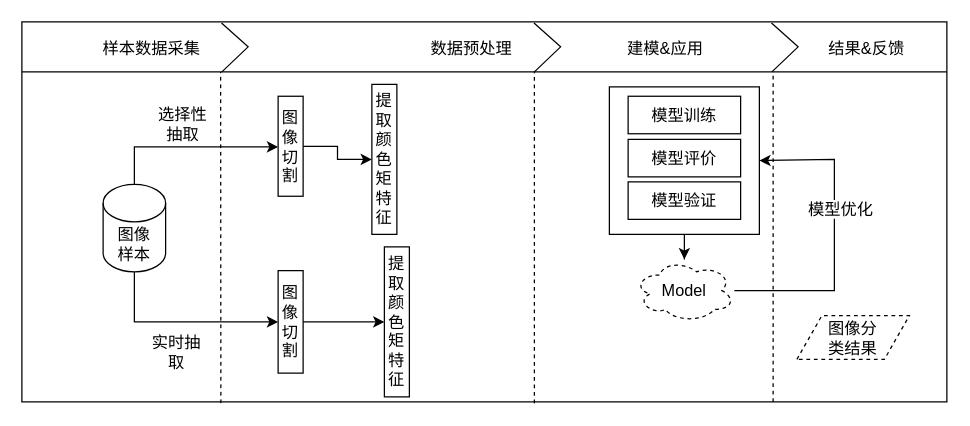
Above: 一种基于支持向量机模型的图像分类预测方法.drawio in Eurkon/Diagrams (draw.io), before the change. Source tidied: cells renumbered, new cells numbered last; positions are measured from the earlier drawing's top-left corner, leaving out a move shared by most shapes. Both pictures are drawn from the tidied source at 125%, with x=0, y=0 at pixel (21, 21).
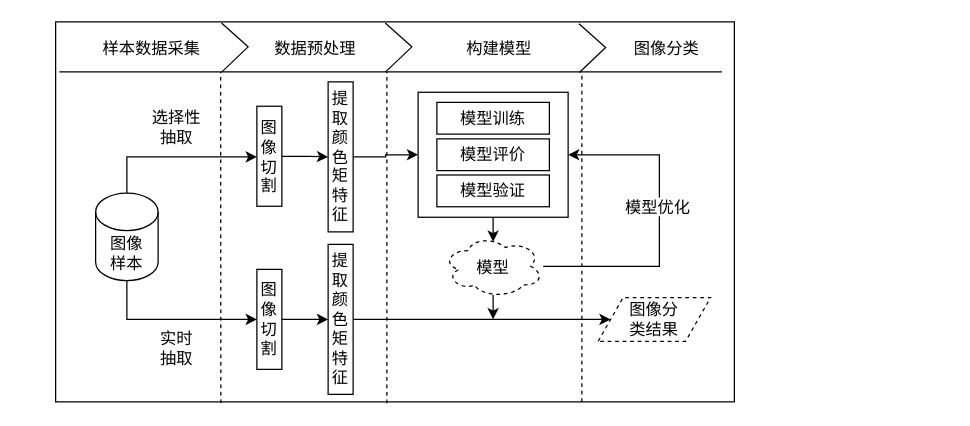
The same diagram, later.

Commit message (it also covers changes not shown here):
更新一种基于支持向量机模型的图像分类预测方法.drawio

What changed in the source:
```diff
@@
     <mxCell id="2" style="rounded=0;whiteSpace=wrap;html=1;fontSize=14;" parent="1" vertex="1">
-      <mxGeometry width="740" height="304" as="geometry" />
+      <mxGeometry x="27" width="543" height="304" as="geometry" />
     </mxCell>
-    <mxCell id="3" style="edgeStyle=orthogonalEdgeStyle;rounded=0;jettySize=auto;html=1;" parent="1" edge="1" source="4" target="30">
-      <mxGeometry relative="1" as="geometry" />
-    </mxCell>
-    <mxCell id="4" style="rounded=0;whiteSpace=wrap;html=1;" parent="1" vertex="1">
-      <mxGeometry x="470" y="52" width="120" height="118" as="geometry" />
-    </mxCell>
-    <mxCell id="5" style="edgeStyle=orthogonalEdgeStyle;rounded=0;jettySize=auto;html=1;fontSize=13;" parent="1" edge="1" source="7" target="9">
+    <mxCell id="5" style="edgeStyle=orthogonalEdgeStyle;rounded=0;jettySize=auto;html=1;" parent="1" edge="1" source="7" target="9">
       <mxGeometry relative="1" as="geometry">
         <Array as="points">
-          <mxPoint x="90" y="100" />
+          <mxPoint x="84" y="108" />
         </Array>
       </mxGeometry>
     </mxCell>
-    <mxCell id="6" style="edgeStyle=orthogonalEdgeStyle;rounded=0;jettySize=auto;html=1;entryX=0;entryY=0.5;entryDx=0;entryDy=0;fontSize=13;" parent="1" edge="1" source="7" target="11">
+    <mxCell id="6" style="edgeStyle=orthogonalEdgeStyle;rounded=0;jettySize=auto;html=1;" parent="1" edge="1" source="7" target="11">
       <mxGeometry relative="1" as="geometry">
         <Array as="points">
-          <mxPoint x="90" y="240" />
+          <mxPoint x="84" y="238" />
         </Array>
       </mxGeometry>
     </mxCell>
     <mxCell id="7" value="图像&lt;br&gt;样本" style="shape=cylinder3;whiteSpace=wrap;html=1;boundedLbl=1;backgroundOutline=1;size=15;fontSize=13;" parent="1" vertex="1">
-      <mxGeometry x="65" y="130" width="50" height="70" as="geometry" />
+      <mxGeometry x="59" y="137" width="50" height="70" as="geometry" />
     </mxCell>
-    <mxCell id="8" style="edgeStyle=orthogonalEdgeStyle;rounded=0;jettySize=auto;html=1;" parent="1" edge="1" source="9" target="32">
-      <mxGeometry relative="1" as="geometry" />
-    </mxCell>
-    <mxCell id="9" value="图像切割" style="rounded=0;whiteSpace=wrap;html=1;horizontal=1;fontSize=13;" parent="1" vertex="1">
-      <mxGeometry x="205" y="59.5" width="20" height="80" as="geometry" />
-    </mxCell>
-    <mxCell id="10" style="edgeStyle=orthogonalEdgeStyle;rounded=0;jettySize=auto;html=1;" parent="1" edge="1" source="11" target="33">
-      <mxGeometry relative="1" as="geometry" />
-    </mxCell>
-    <mxCell id="11" value="图像切割" style="rounded=0;whiteSpace=wrap;html=1;fontSize=13;" parent="1" vertex="1">
-      <mxGeometry x="205" y="199" width="20" height="82" as="geometry" />
-    </mxCell>
-    <mxCell id="12" value="模型训练" style="rounded=0;whiteSpace=wrap;html=1;fontSize=13;" parent="1" vertex="1">
-      <mxGeometry x="485" y="59.5" width="90" height="30" as="geometry" />
-    </mxCell>
-    <mxCell id="13" value="模型评价" style="rounded=0;whiteSpace=wrap;html=1;fontSize=13;" parent="1" vertex="1">
-      <mxGeometry x="485" y="94" width="90" height="30" as="geometry" />
-    </mxCell>
-    <mxCell id="14" value="模型验证" style="rounded=0;whiteSpace=wrap;html=1;fontSize=13;" parent="1" vertex="1">
-      <mxGeometry x="485" y="128" width="90" height="30" as="geometry" />
-    </mxCell>
     <mxCell id="15" value="图像分&lt;br&gt;类结果" style="shape=parallelogram;perimeter=parallelogramPerimeter;whiteSpace=wrap;html=1;fixedSize=1;dashed=1;fontSize=13;" parent="1" vertex="1">
-      <mxGeometry x="620" y="235" width="90" height="35" as="geometry" />
+      <mxGeometry x="461" y="220.5" width="90" height="35" as="geometry" />
     </mxCell>
-    <mxCell id="16" value="实时抽取" style="text;html=1;strokeColor=none;fillColor=none;align=center;verticalAlign=middle;whiteSpace=wrap;rounded=0;dashed=1;fontSize=13;" parent="1" vertex="1">
-      <mxGeometry x="99" y="254" width="50" height="20" as="geometry" />
+    <mxCell id="16" value="实时&lt;br&gt;抽取" style="text;html=1;strokeColor=none;fillColor=none;align=center;verticalAlign=middle;whiteSpace=wrap;rounded=0;dashed=1;fontSize=13;" parent="1" vertex="1">
+      <mxGeometry x="99" y="251" width="50" height="20" as="geometry" />
     </mxCell>
     <mxCell id="17" value="选择性抽取" style="text;html=1;strokeColor=none;fillColor=none;align=center;verticalAlign=middle;whiteSpace=wrap;rounded=0;dashed=1;fontSize=13;" parent="1" vertex="1">
-      <mxGeometry x="104" y="72" width="50" height="20" as="geometry" />
+      <mxGeometry x="99" y="74" width="50" height="20" as="geometry" />
     </mxCell>
@@
     <mxCell id="19" style="endArrow=none;dashed=1;html=1;fontSize=13;exitX=0.145;exitY=1.003;exitDx=0;exitDy=0;exitPerimeter=0;" parent="1" edge="1">
       <mxGeometry relative="1" as="geometry">
-        <mxPoint x="410" y="305" as="sourcePoint" />
-        <mxPoint x="410" y="40" as="targetPoint" />
+        <mxPoint x="292" y="305" as="sourcePoint" />
+        <mxPoint x="292" y="40" as="targetPoint" />
         <Array as="points">
-          <mxPoint x="410" y="170" />
+          <mxPoint x="292" y="170" />
         </Array>
       </mxGeometry>
     </mxCell>
     <mxCell id="20" style="endArrow=none;dashed=1;html=1;fontSize=13;exitX=0.145;exitY=1.003;exitDx=0;exitDy=0;exitPerimeter=0;" parent="1" edge="1">
       <mxGeometry relative="1" as="geometry">
-        <mxPoint x="601" y="304" as="sourcePoint" />
-        <mxPoint x="601" y="40" as="targetPoint" />
+        <mxPoint x="448" y="304" as="sourcePoint" />
+        <mxPoint x="448" y="40" as="targetPoint" />
       </mxGeometry>
     </mxCell>
     <mxCell id="21" style="endArrow=none;html=1;fontSize=13;" parent="1" edge="1">
       <mxGeometry relative="1" as="geometry">
-        <mxPoint y="40" as="sourcePoint" />
-        <mxPoint x="740" y="40" as="targetPoint" />
+        <mxPoint x="30" y="40" as="sourcePoint" />
+        <mxPoint x="560" y="40" as="targetPoint" />
       </mxGeometry>
     </mxCell>
     <mxCell id="22" style="endArrow=none;html=1;fontSize=13;entryX=0.809;entryY=0.003;entryDx=0;entryDy=0;entryPerimeter=0;rounded=0;" parent="1" edge="1">
       <mxGeometry relative="1" as="geometry">
-        <mxPoint x="600" y="40" as="sourcePoint" />
-        <mxPoint x="599.7" y="0.9" as="targetPoint" />
+        <mxPoint x="446" y="40.5" as="sourcePoint" />
+        <mxPoint x="445.7" y="1.5" as="targetPoint" />
         <Array as="points">
-          <mxPoint x="621" y="20" />
+          <mxPoint x="467" y="20.5" />
         </Array>
       </mxGeometry>
     </mxCell>
     <mxCell id="23" style="endArrow=none;html=1;fontSize=13;entryX=0.809;entryY=0.003;entryDx=0;entryDy=0;entryPerimeter=0;rounded=0;" parent="1" edge="1">
       <mxGeometry relative="1" as="geometry">
-        <mxPoint x="410" y="40" as="sourcePoint" />
-        <mxPoint x="409.7" y="0.9" as="targetPoint" />
+        <mxPoint x="291" y="40" as="sourcePoint" />
+        <mxPoint x="290.7" y="0.9" as="targetPoint" />
         <Array as="points">
-          <mxPoint x="431" y="20" />
+          <mxPoint x="312" y="20" />
         </Array>
       </mxGeometry>
     </mxCell>
@@
-    <mxCell id="25" value="结果&amp;amp;反馈" style="text;html=1;strokeColor=none;fillColor=none;align=center;verticalAlign=middle;whiteSpace=wrap;rounded=0;labelBackgroundColor=#ffffff;fontSize=13;" parent="1" vertex="1">
-      <mxGeometry x="641" y="11" width="70" height="20" as="geometry" />
+    <mxCell id="25" value="图像分类" style="text;html=1;strokeColor=none;fillColor=none;align=center;verticalAlign=middle;whiteSpace=wrap;rounded=0;labelBackgroundColor=#ffffff;fontSize=13;" parent="1" vertex="1">
+      <mxGeometry x="481" y="11" width="70" height="20" as="geometry" />
     </mxCell>
-    <mxCell id="26" value="建模&amp;amp;应用" style="text;html=1;strokeColor=none;fillColor=none;align=center;verticalAlign=middle;whiteSpace=wrap;rounded=0;labelBackgroundColor=#ffffff;fontSize=13;" parent="1" vertex="1">
-      <mxGeometry x="470" y="11" width="90" height="20" as="geometry" />
+    <mxCell id="26" value="构建模型" style="text;html=1;strokeColor=none;fillColor=none;align=center;verticalAlign=middle;whiteSpace=wrap;rounded=0;labelBackgroundColor=#ffffff;fontSize=13;" parent="1" vertex="1">
+      <mxGeometry x="337" y="11" width="90" height="20" as="geometry" />
     </mxCell>
     <mxCell id="27" value="数据预处理" style="text;html=1;strokeColor=none;fillColor=none;align=center;verticalAlign=middle;whiteSpace=wrap;rounded=0;labelBackgroundColor=#ffffff;fontSize=13;" parent="1" vertex="1">
-      <mxGeometry x="315" y="11" width="90" height="20" as="geometry" />
+      <mxGeometry x="190" y="11" width="90" height="20" as="geometry" />
     </mxCell>
@@
     <mxCell id="29" style="edgeStyle=orthogonalEdgeStyle;rounded=0;jettySize=auto;html=1;entryX=1;entryY=0.5;entryDx=0;entryDy=0;" parent="1" edge="1" source="30" target="4">
       <mxGeometry relative="1" as="geometry">
         <Array as="points">
-          <mxPoint x="650" y="215" />
-          <mxPoint x="650" y="110" />
+          <mxPoint x="510" y="196" />
+          <mxPoint x="510" y="106" />
         </Array>
       </mxGeometry>
     </mxCell>
+    <mxCell id="34" style="edgeStyle=orthogonalEdgeStyle;rounded=0;orthogonalLoop=1;jettySize=auto;html=1;" parent="1" edge="1">
+      <mxGeometry relative="1" as="geometry">
+        <mxPoint x="377" y="218.5" as="sourcePoint" />
+        <mxPoint x="377" y="238" as="targetPoint" />
+      </mxGeometry>
+    </mxCell>
-    <mxCell id="30" value="Model" style="ellipse;shape=cloud;whiteSpace=wrap;html=1;dashed=1;fontSize=13;" parent="1" vertex="1">
-      <mxGeometry x="490" y="190" width="80" height="50" as="geometry" />
+    <mxCell id="30" value="模型" style="ellipse;shape=cloud;whiteSpace=wrap;html=1;dashed=1;fontSize=13;" parent="1" vertex="1">
+      <mxGeometry x="337" y="170.5" width="80" height="50" as="geometry" />
     </mxCell>
     <mxCell id="31" value="模型优化" style="text;html=1;strokeColor=none;fillColor=none;align=center;verticalAlign=middle;whiteSpace=wrap;rounded=0;fontSize=13;labelBackgroundColor=#ffffff;" parent="1" vertex="1">
-      <mxGeometry x="601" y="140" width="109" height="20" as="geometry" />
+      <mxGeometry x="467" y="138" width="84" height="20" as="geometry" />
     </mxCell>
+    <mxCell id="35" style="edgeStyle=orthogonalEdgeStyle;rounded=0;jettySize=auto;html=1;entryX=0;entryY=0.5;entryDx=0;entryDy=0;" parent="1" edge="1" source="32" target="4">
+      <mxGeometry relative="1" as="geometry" />
+    </mxCell>
     <mxCell id="32" value="提取颜色矩特征" style="rounded=0;whiteSpace=wrap;html=1;horizontal=1;fontSize=13;" parent="1" vertex="1">
-      <mxGeometry x="280" y="50" width="20" height="120" as="geometry" />
+      <mxGeometry x="245" y="48" width="20" height="120" as="geometry" />
     </mxCell>
+    <mxCell id="36" style="edgeStyle=orthogonalEdgeStyle;rounded=0;jettySize=auto;html=1;entryX=0;entryY=0.5;entryDx=0;entryDy=0;" parent="1" edge="1" source="33" target="15">
+      <mxGeometry relative="1" as="geometry" />
+    </mxCell>
     <mxCell id="33" value="提取颜色矩特征" style="rounded=0;whiteSpace=wrap;html=1;horizontal=1;fontSize=13;" parent="1" vertex="1">
-      <mxGeometry x="290" y="180" width="20" height="120" as="geometry" />
+      <mxGeometry x="245" y="178" width="20" height="120" as="geometry" />
     </mxCell>
+    <mxCell id="37" style="group;" parent="1" vertex="1">
+      <mxGeometry x="317" y="58" width="120" height="100" as="geometry" />
+    </mxCell>
+    <mxCell id="4" style="rounded=0;whiteSpace=wrap;html=1;" parent="37" vertex="1">
+      <mxGeometry y="-1.7" width="120" height="100" as="geometry" />
+    </mxCell>
+    <mxCell id="38" style="group;" parent="37" vertex="1">
+      <mxGeometry x="15" y="6.4" width="90" height="83.5" as="geometry" />
+    </mxCell>
+    <mxCell id="12" value="模型训练" style="rounded=0;whiteSpace=wrap;html=1;fontSize=13;" parent="38" vertex="1">
+      <mxGeometry width="90" height="25.4" as="geometry" />
+    </mxCell>
+    <mxCell id="13" value="模型评价" style="rounded=0;whiteSpace=wrap;html=1;fontSize=13;" parent="38" vertex="1">
+      <mxGeometry y="29.2" width="90" height="25.4" as="geometry" />
+    </mxCell>
+    <mxCell id="14" value="模型验证" style="rounded=0;whiteSpace=wrap;html=1;fontSize=13;" parent="38" vertex="1">
+      <mxGeometry y="58.1" width="90" height="25.4" as="geometry" />
+    </mxCell>
+    <mxCell id="8" style="edgeStyle=orthogonalEdgeStyle;rounded=0;jettySize=auto;html=1;" parent="1" edge="1" source="9" target="32">
+      <mxGeometry relative="1" as="geometry" />
+    </mxCell>
+    <mxCell id="9" value="图像切割" style="rounded=0;whiteSpace=wrap;html=1;horizontal=1;fontSize=13;" parent="1" vertex="1">
+      <mxGeometry x="188" y="67.5" width="20" height="80" as="geometry" />
+    </mxCell>
+    <mxCell id="10" style="edgeStyle=orthogonalEdgeStyle;rounded=0;jettySize=auto;html=1;" parent="1" edge="1" source="11" target="33">
+      <mxGeometry relative="1" as="geometry" />
+    </mxCell>
+    <mxCell id="11" value="图像切割" style="rounded=0;whiteSpace=wrap;html=1;fontSize=13;" parent="1" vertex="1">
+      <mxGeometry x="188" y="198" width="20" height="80" as="geometry" />
+    </mxCell>
+    <mxCell id="39" style="edgeStyle=orthogonalEdgeStyle;rounded=0;jettySize=auto;html=1;" parent="1" edge="1" source="4">
+      <mxGeometry relative="1" as="geometry">
+        <mxPoint x="377" y="176" as="targetPoint" />
+        <Array as="points">
+          <mxPoint x="377" y="176" />
+          <mxPoint x="377" y="176" />
+        </Array>
+      </mxGeometry>
+    </mxCell>
```
